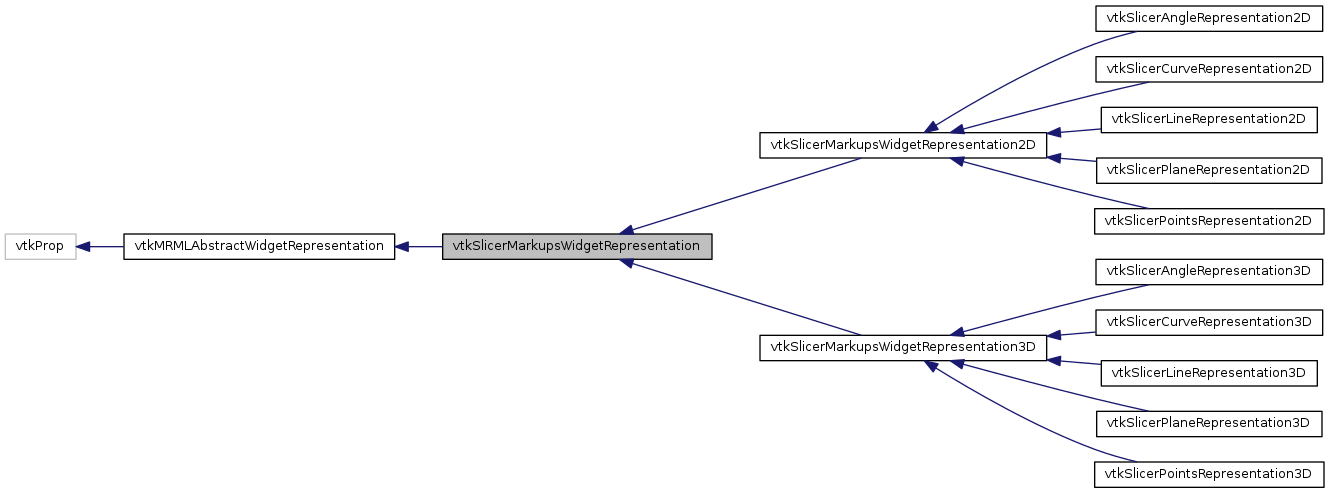
Above: master/classvtkSlicerMarkupsWidgetRepresentation__inherit__graph.png in jamesobutler/apidocs.slicer.org (Graphviz), before the change. Its source is kept beside it as master/classvtkSlicerMarkupsWidgetRepresentation__inherit__graph.dot.
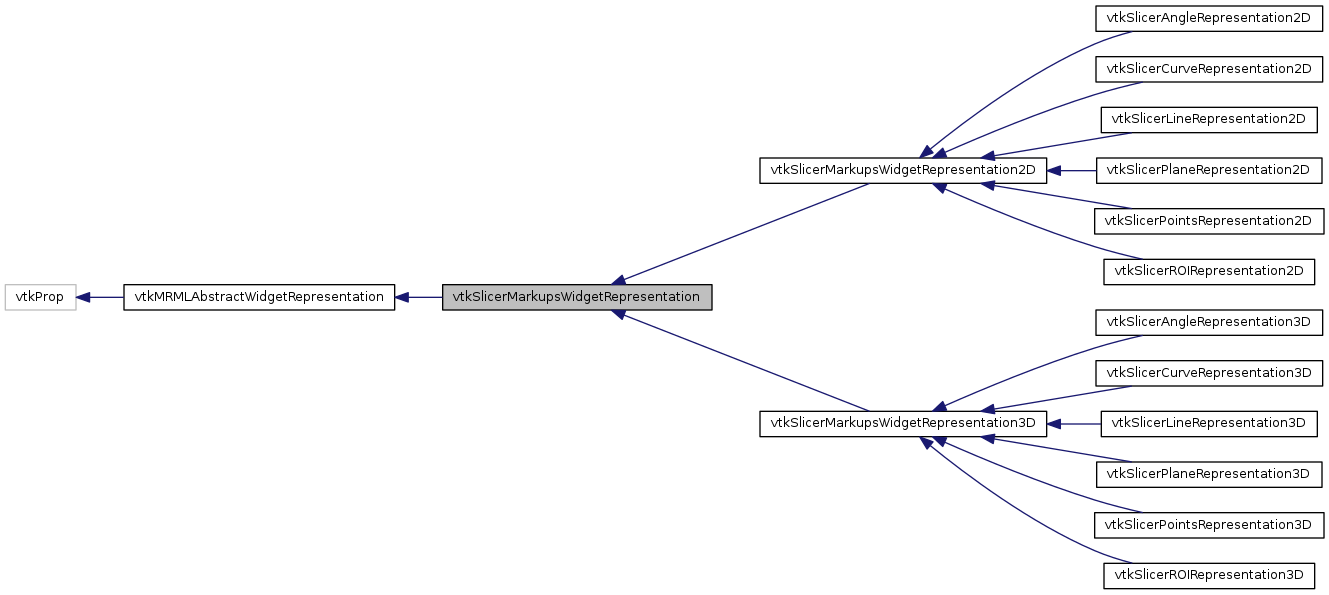
Later version of the same file.

What changed in the source:
```diff
@@ -21,16 +21,20 @@
   Node7 [label="vtkSlicerPlaneRepresentation2D",height=0.2,width=0.4,color="black",URL="$classvtkSlicerPlaneRepresentation2D.html",tooltip="Default representation for the plane widget. "];
   Node3 -> Node8 [dir="back",color="midnightblue",fontsize="10",style="solid",fontname="Helvetica"];
   Node8 [label="vtkSlicerPointsRepresentation2D",height=0.2,width=0.4,color="black",URL="$classvtkSlicerPointsRepresentation2D.html",tooltip="Default representation for the points widget. "];
-  Node0 -> Node9 [dir="back",color="midnightblue",fontsize="10",style="solid",fontname="Helvetica"];
-  Node9 [label="vtkSlicerMarkupsWidgetRepresentation3D",height=0.2,width=0.4,color="black",URL="$classvtkSlicerMarkupsWidgetRepresentation3D.html",tooltip="Default representation for the markups widget in 3D views. "];
-  Node9 -> Node10 [dir="back",color="midnightblue",fontsize="10",style="solid",fontname="Helvetica"];
-  Node10 [label="vtkSlicerAngleRepresentation3D",height=0.2,width=0.4,color="black",URL="$classvtkSlicerAngleRepresentation3D.html",tooltip="Default representation for the angle widget. "];
-  Node9 -> Node11 [dir="back",color="midnightblue",fontsize="10",style="solid",fontname="Helvetica"];
-  Node11 [label="vtkSlicerCurveRepresentation3D",height=0.2,width=0.4,color="black",URL="$classvtkSlicerCurveRepresentation3D.html",tooltip="Default representation for the curve widget. "];
-  Node9 -> Node12 [dir="back",color="midnightblue",fontsize="10",style="solid",fontname="Helvetica"];
-  Node12 [label="vtkSlicerLineRepresentation3D",height=0.2,width=0.4,color="black",URL="$classvtkSlicerLineRepresentation3D.html",tooltip="Default representation for the line widget. "];
-  Node9 -> Node13 [dir="back",color="midnightblue",fontsize="10",style="solid",fontname="Helvetica"];
-  Node13 [label="vtkSlicerPlaneRepresentation3D",height=0.2,width=0.4,color="black",URL="$classvtkSlicerPlaneRepresentation3D.html",tooltip="Default representation for the plane widget. "];
-  Node9 -> Node14 [dir="back",color="midnightblue",fontsize="10",style="solid",fontname="Helvetica"];
-  Node14 [label="vtkSlicerPointsRepresentation3D",height=0.2,width=0.4,color="black",URL="$classvtkSlicerPointsRepresentation3D.html",tooltip="Default representation for the points widget. "];
+  Node3 -> Node9 [dir="back",color="midnightblue",fontsize="10",style="solid",fontname="Helvetica"];
+  Node9 [label="vtkSlicerROIRepresentation2D",height=0.2,width=0.4,color="black",URL="$classvtkSlicerROIRepresentation2D.html",tooltip="Default representation for the plane widget. "];
+  Node0 -> Node10 [dir="back",color="midnightblue",fontsize="10",style="solid",fontname="Helvetica"];
+  Node10 [label="vtkSlicerMarkupsWidgetRepresentation3D",height=0.2,width=0.4,color="black",URL="$classvtkSlicerMarkupsWidgetRepresentation3D.html",tooltip="Default representation for the markups widget in 3D views. "];
+  Node10 -> Node11 [dir="back",color="midnightblue",fontsize="10",style="solid",fontname="Helvetica"];
+  Node11 [label="vtkSlicerAngleRepresentation3D",height=0.2,width=0.4,color="black",URL="$classvtkSlicerAngleRepresentation3D.html",tooltip="Default representation for the angle widget. "];
+  Node10 -> Node12 [dir="back",color="midnightblue",fontsize="10",style="solid",fontname="Helvetica"];
+  Node12 [label="vtkSlicerCurveRepresentation3D",height=0.2,width=0.4,color="black",URL="$classvtkSlicerCurveRepresentation3D.html",tooltip="Default representation for the curve widget. "];
+  Node10 -> Node13 [dir="back",color="midnightblue",fontsize="10",style="solid",fontname="Helvetica"];
+  Node13 [label="vtkSlicerLineRepresentation3D",height=0.2,width=0.4,color="black",URL="$classvtkSlicerLineRepresentation3D.html",tooltip="Default representation for the line widget. "];
+  Node10 -> Node14 [dir="back",color="midnightblue",fontsize="10",style="solid",fontname="Helvetica"];
+  Node14 [label="vtkSlicerPlaneRepresentation3D",height=0.2,width=0.4,color="black",URL="$classvtkSlicerPlaneRepresentation3D.html",tooltip="Default representation for the plane widget. "];
+  Node10 -> Node15 [dir="back",color="midnightblue",fontsize="10",style="solid",fontname="Helvetica"];
+  Node15 [label="vtkSlicerPointsRepresentation3D",height=0.2,width=0.4,color="black",URL="$classvtkSlicerPointsRepresentation3D.html",tooltip="Default representation for the points widget. "];
+  Node10 -> Node16 [dir="back",color="midnightblue",fontsize="10",style="solid",fontname="Helvetica"];
+  Node16 [label="vtkSlicerROIRepresentation3D",height=0.2,width=0.4,color="black",URL="$classvtkSlicerROIRepresentation3D.html",tooltip="Default representation for the plane widget. "];
 }
```
